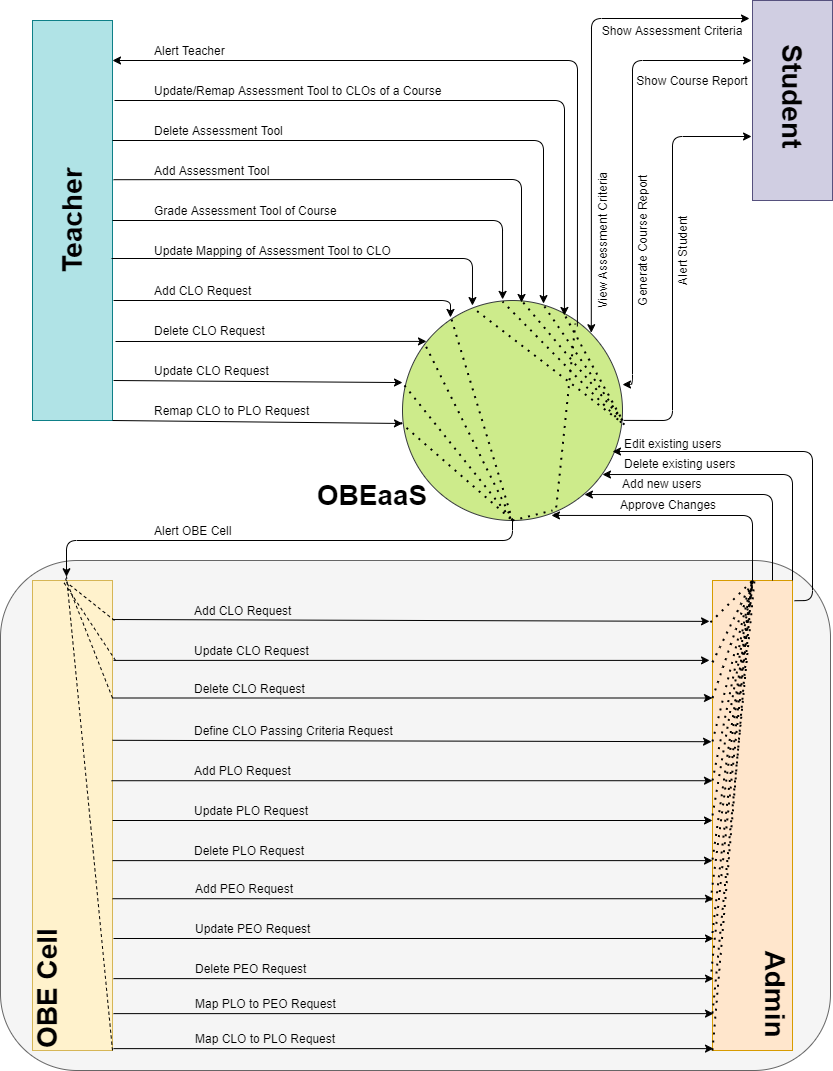
This is Documentation/Diagrams/Rendered/Context Diagram.png from AqibMukhtar/OBE-as-a-Service, a draw.io export, as it was before one commit. Source tidied: cells renumbered, new cells last; positions are measured from the earlier drawing's top-left corner, leaving out a move shared by most shapes.
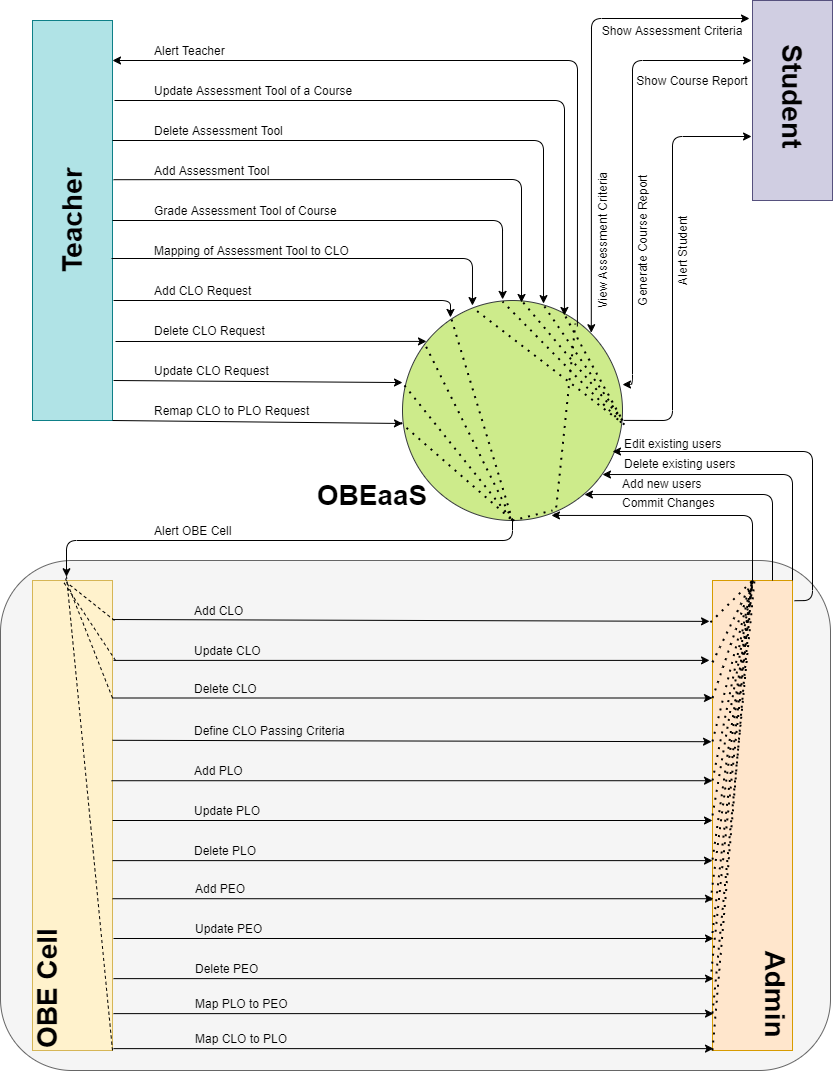
The same file after the commit.

Commit message:
Updated Context Diagram

The edit, as a diff of the source:
```diff
@@ -5,7 +5,7 @@
     <mxCell id="2" style="ellipse;whiteSpace=wrap;html=1;fillColor=#cdeb8b;strokeColor=#36393d;" parent="1" vertex="1">
       <mxGeometry x="525" y="300" width="220" height="220" as="geometry" />
     </mxCell>
-    <mxCell id="3" style="rounded=1;whiteSpace=wrap;html=1;align=left;fillColor=#f5f5f5;strokeColor=#666666;fontColor=#333333;" parent="1" vertex="1">
+    <mxCell id="3" style="rounded=1;whiteSpace=wrap;html=1;align=left;fillColor=#f5f5f5;strokeColor=#666666;fontColor=#333333;arcSize=14;" parent="1" vertex="1">
       <mxGeometry x="123" y="560" width="830" height="510" as="geometry" />
     </mxCell>
     <mxCell id="4" style="rounded=0;whiteSpace=wrap;html=1;fillColor=#ffe6cc;strokeColor=#d79b00;" parent="1" vertex="1">
@@ -50,7 +50,7 @@
     <mxCell id="13" value="Add Assessment Tool" style="text;html=1;strokeColor=none;fillColor=none;align=left;verticalAlign=middle;whiteSpace=wrap;rounded=0;" parent="1" vertex="1">
       <mxGeometry x="275" y="160" width="155" height="20" as="geometry" />
     </mxCell>
-    <mxCell id="14" value="Update Mapping of Assessment Tool to CLO" style="text;html=1;strokeColor=none;fillColor=none;align=left;verticalAlign=middle;whiteSpace=wrap;rounded=0;" parent="1" vertex="1">
+    <mxCell id="14" value="Mapping of Assessment Tool to CLO" style="text;html=1;strokeColor=none;fillColor=none;align=left;verticalAlign=middle;whiteSpace=wrap;rounded=0;" parent="1" vertex="1">
       <mxGeometry x="275" y="240" width="250" height="20" as="geometry" />
     </mxCell>
     <mxCell id="15" value="Add CLO Request" style="text;html=1;strokeColor=none;fillColor=none;align=left;verticalAlign=middle;whiteSpace=wrap;rounded=0;" parent="1" vertex="1">
@@ -142,37 +142,37 @@
         </Array>
       </mxGeometry>
     </mxCell>
-    <mxCell id="33" value="Approve Changes" style="text;html=1;strokeColor=none;fillColor=none;align=left;verticalAlign=middle;whiteSpace=wrap;rounded=0;" parent="1" vertex="1">
-      <mxGeometry x="741" y="494" width="100" height="20" as="geometry" />
+    <mxCell id="33" value="Commit Changes" style="text;html=1;strokeColor=none;fillColor=none;align=left;verticalAlign=middle;whiteSpace=wrap;rounded=0;" parent="1" vertex="1">
+      <mxGeometry x="743" y="494" width="100" height="16" as="geometry" />
     </mxCell>
     <mxCell id="34" style="endArrow=classic;html=1;exitX=1;exitY=0.083;exitDx=0;exitDy=0;exitPerimeter=0;entryX=-0.037;entryY=0.087;entryDx=0;entryDy=0;entryPerimeter=0;" parent="1" edge="1" source="5" target="4">
       <mxGeometry relative="1" as="geometry" />
     </mxCell>
-    <mxCell id="35" value="Add CLO Request" style="text;html=1;strokeColor=none;fillColor=none;align=left;verticalAlign=middle;whiteSpace=wrap;rounded=0;" parent="1" vertex="1">
+    <mxCell id="35" value="Add CLO" style="text;html=1;strokeColor=none;fillColor=none;align=left;verticalAlign=middle;whiteSpace=wrap;rounded=0;" parent="1" vertex="1">
       <mxGeometry x="315" y="600" width="130" height="20" as="geometry" />
     </mxCell>
     <mxCell id="36" style="endArrow=classic;html=1;exitX=1.013;exitY=0.17;exitDx=0;exitDy=0;exitPerimeter=0;entryX=-0.037;entryY=0.17;entryDx=0;entryDy=0;entryPerimeter=0;" parent="1" edge="1" source="5" target="4">
       <mxGeometry relative="1" as="geometry" />
     </mxCell>
-    <mxCell id="37" value="Update CLO Request" style="text;html=1;strokeColor=none;fillColor=none;align=left;verticalAlign=middle;whiteSpace=wrap;rounded=0;" parent="1" vertex="1">
+    <mxCell id="37" value="Update CLO" style="text;html=1;strokeColor=none;fillColor=none;align=left;verticalAlign=middle;whiteSpace=wrap;rounded=0;" parent="1" vertex="1">
       <mxGeometry x="315" y="640" width="130" height="20" as="geometry" />
     </mxCell>
     <mxCell id="38" style="endArrow=classic;html=1;exitX=1;exitY=0.25;exitDx=0;exitDy=0;entryX=0;entryY=0.25;entryDx=0;entryDy=0;" parent="1" edge="1" source="5" target="4">
       <mxGeometry relative="1" as="geometry" />
     </mxCell>
-    <mxCell id="39" value="Delete CLO Request" style="text;html=1;strokeColor=none;fillColor=none;align=left;verticalAlign=middle;whiteSpace=wrap;rounded=0;" parent="1" vertex="1">
+    <mxCell id="39" value="Delete CLO" style="text;html=1;strokeColor=none;fillColor=none;align=left;verticalAlign=middle;whiteSpace=wrap;rounded=0;" parent="1" vertex="1">
       <mxGeometry x="315" y="678" width="130" height="20" as="geometry" />
     </mxCell>
     <mxCell id="40" style="endArrow=classic;html=1;exitX=1;exitY=0.34;exitDx=0;exitDy=0;exitPerimeter=0;entryX=-0.012;entryY=0.343;entryDx=0;entryDy=0;entryPerimeter=0;" parent="1" edge="1" source="5" target="4">
       <mxGeometry relative="1" as="geometry" />
     </mxCell>
-    <mxCell id="41" value="Define CLO Passing Criteria Request" style="text;html=1;strokeColor=none;fillColor=none;align=left;verticalAlign=middle;whiteSpace=wrap;rounded=0;" parent="1" vertex="1">
+    <mxCell id="41" value="Define CLO Passing Criteria&amp;nbsp;" style="text;html=1;strokeColor=none;fillColor=none;align=left;verticalAlign=middle;whiteSpace=wrap;rounded=0;" parent="1" vertex="1">
       <mxGeometry x="315" y="720" width="210" height="20" as="geometry" />
     </mxCell>
     <mxCell id="42" style="endArrow=classic;html=1;exitX=0.988;exitY=0.426;exitDx=0;exitDy=0;exitPerimeter=0;entryX=0;entryY=0.426;entryDx=0;entryDy=0;entryPerimeter=0;" parent="1" edge="1" source="5" target="4">
       <mxGeometry relative="1" as="geometry" />
     </mxCell>
-    <mxCell id="43" value="Add PLO Request" style="text;html=1;strokeColor=none;fillColor=none;align=left;verticalAlign=middle;whiteSpace=wrap;rounded=0;" parent="1" vertex="1">
+    <mxCell id="43" value="Add PLO&amp;nbsp;" style="text;html=1;strokeColor=none;fillColor=none;align=left;verticalAlign=middle;whiteSpace=wrap;rounded=0;" parent="1" vertex="1">
       <mxGeometry x="315" y="760" width="210" height="20" as="geometry" />
     </mxCell>
     <mxCell id="44" style="endArrow=classic;html=1;exitX=1;exitY=0.5;exitDx=0;exitDy=0;entryX=0;entryY=0.5;entryDx=0;entryDy=0;" parent="1" edge="1">
@@ -181,13 +181,13 @@
         <mxPoint x="835" y="820" as="targetPoint" />
       </mxGeometry>
     </mxCell>
-    <mxCell id="45" value="Update PLO Request" style="text;html=1;strokeColor=none;fillColor=none;align=left;verticalAlign=middle;whiteSpace=wrap;rounded=0;" parent="1" vertex="1">
+    <mxCell id="45" value="Update PLO&amp;nbsp;" style="text;html=1;strokeColor=none;fillColor=none;align=left;verticalAlign=middle;whiteSpace=wrap;rounded=0;" parent="1" vertex="1">
       <mxGeometry x="315" y="800" width="210" height="20" as="geometry" />
     </mxCell>
     <mxCell id="46" style="endArrow=classic;html=1;exitX=1;exitY=0.596;exitDx=0;exitDy=0;exitPerimeter=0;entryX=0;entryY=0.596;entryDx=0;entryDy=0;entryPerimeter=0;" parent="1" edge="1" source="5" target="4">
       <mxGeometry relative="1" as="geometry" />
     </mxCell>
-    <mxCell id="47" value="Delete PLO Request" style="text;html=1;strokeColor=none;fillColor=none;align=left;verticalAlign=middle;whiteSpace=wrap;rounded=0;" parent="1" vertex="1">
+    <mxCell id="47" value="Delete PLO&amp;nbsp;" style="text;html=1;strokeColor=none;fillColor=none;align=left;verticalAlign=middle;whiteSpace=wrap;rounded=0;" parent="1" vertex="1">
       <mxGeometry x="315" y="840" width="210" height="20" as="geometry" />
     </mxCell>
     <mxCell id="48" style="endArrow=classic;html=1;exitX=0.988;exitY=0.426;exitDx=0;exitDy=0;exitPerimeter=0;entryX=0;entryY=0.426;entryDx=0;entryDy=0;entryPerimeter=0;" parent="1" edge="1">
@@ -196,7 +196,7 @@
         <mxPoint x="836" y="898.2" as="targetPoint" />
       </mxGeometry>
     </mxCell>
-    <mxCell id="49" value="Add PEO Request" style="text;html=1;strokeColor=none;fillColor=none;align=left;verticalAlign=middle;whiteSpace=wrap;rounded=0;" parent="1" vertex="1">
+    <mxCell id="49" value="Add PEO&amp;nbsp;" style="text;html=1;strokeColor=none;fillColor=none;align=left;verticalAlign=middle;whiteSpace=wrap;rounded=0;" parent="1" vertex="1">
       <mxGeometry x="316" y="878" width="210" height="20" as="geometry" />
     </mxCell>
     <mxCell id="50" style="endArrow=classic;html=1;exitX=1;exitY=0.5;exitDx=0;exitDy=0;entryX=0;entryY=0.5;entryDx=0;entryDy=0;" parent="1" edge="1">
@@ -205,7 +205,7 @@
         <mxPoint x="836" y="938" as="targetPoint" />
       </mxGeometry>
     </mxCell>
-    <mxCell id="51" value="Update PEO Request" style="text;html=1;strokeColor=none;fillColor=none;align=left;verticalAlign=middle;whiteSpace=wrap;rounded=0;" parent="1" vertex="1">
+    <mxCell id="51" value="Update PEO&amp;nbsp;" style="text;html=1;strokeColor=none;fillColor=none;align=left;verticalAlign=middle;whiteSpace=wrap;rounded=0;" parent="1" vertex="1">
       <mxGeometry x="316" y="918" width="210" height="20" as="geometry" />
     </mxCell>
     <mxCell id="52" style="endArrow=classic;html=1;exitX=1;exitY=0.596;exitDx=0;exitDy=0;exitPerimeter=0;entryX=0;entryY=0.596;entryDx=0;entryDy=0;entryPerimeter=0;" parent="1" edge="1">
@@ -214,7 +214,7 @@
         <mxPoint x="836" y="978.1" as="targetPoint" />
       </mxGeometry>
     </mxCell>
-    <mxCell id="53" value="Delete PEO Request" style="text;html=1;strokeColor=none;fillColor=none;align=left;verticalAlign=middle;whiteSpace=wrap;rounded=0;" parent="1" vertex="1">
+    <mxCell id="53" value="Delete PEO&amp;nbsp;" style="text;html=1;strokeColor=none;fillColor=none;align=left;verticalAlign=middle;whiteSpace=wrap;rounded=0;" parent="1" vertex="1">
       <mxGeometry x="316" y="958" width="210" height="20" as="geometry" />
     </mxCell>
     <mxCell id="54" style="endArrow=classic;html=1;exitX=1;exitY=0.596;exitDx=0;exitDy=0;exitPerimeter=0;entryX=0;entryY=0.596;entryDx=0;entryDy=0;entryPerimeter=0;" parent="1" edge="1">
@@ -223,7 +223,7 @@
         <mxPoint x="836" y="1013.1" as="targetPoint" />
       </mxGeometry>
     </mxCell>
-    <mxCell id="55" value="Map PLO to PEO Request" style="text;html=1;strokeColor=none;fillColor=none;align=left;verticalAlign=middle;whiteSpace=wrap;rounded=0;" parent="1" vertex="1">
+    <mxCell id="55" value="Map PLO to PEO&amp;nbsp;" style="text;html=1;strokeColor=none;fillColor=none;align=left;verticalAlign=middle;whiteSpace=wrap;rounded=0;" parent="1" vertex="1">
       <mxGeometry x="316" y="993" width="210" height="20" as="geometry" />
     </mxCell>
     <mxCell id="56" style="endArrow=classic;html=1;exitX=1;exitY=0.596;exitDx=0;exitDy=0;exitPerimeter=0;entryX=0;entryY=0.596;entryDx=0;entryDy=0;entryPerimeter=0;" parent="1" edge="1">
@@ -232,7 +232,7 @@
         <mxPoint x="836" y="1048.1" as="targetPoint" />
       </mxGeometry>
     </mxCell>
-    <mxCell id="57" value="Map CLO to PLO Request" style="text;html=1;strokeColor=none;fillColor=none;align=left;verticalAlign=middle;whiteSpace=wrap;rounded=0;" parent="1" vertex="1">
+    <mxCell id="57" value="Map CLO to PLO&amp;nbsp;" style="text;html=1;strokeColor=none;fillColor=none;align=left;verticalAlign=middle;whiteSpace=wrap;rounded=0;" parent="1" vertex="1">
       <mxGeometry x="316" y="1028" width="210" height="20" as="geometry" />
     </mxCell>
     <mxCell id="58" style="endArrow=none;dashed=1;html=1;dashPattern=1 3;strokeWidth=2;entryX=0.541;entryY=0;entryDx=0;entryDy=0;entryPerimeter=0;exitX=1;exitY=0.545;exitDx=0;exitDy=0;exitPerimeter=0;" parent="1" edge="1" source="2" target="2">
@@ -403,8 +403,8 @@
     <mxCell id="98" value="Delete Assessment Tool" style="text;html=1;strokeColor=none;fillColor=none;align=left;verticalAlign=middle;whiteSpace=wrap;rounded=0;" parent="1" vertex="1">
       <mxGeometry x="275" y="120" width="155" height="20" as="geometry" />
     </mxCell>
-    <mxCell id="99" value="Update/Remap Assessment Tool to CLOs of a Course" style="text;html=1;strokeColor=none;fillColor=none;align=left;verticalAlign=middle;whiteSpace=wrap;rounded=0;" parent="1" vertex="1">
-      <mxGeometry x="275" y="80.2" width="300" height="20" as="geometry" />
+    <mxCell id="99" value="Update Assessment Tool of a Course" style="text;html=1;strokeColor=none;fillColor=none;align=left;verticalAlign=middle;whiteSpace=wrap;rounded=0;" parent="1" vertex="1">
+      <mxGeometry x="275" y="80" width="300" height="20.2" as="geometry" />
     </mxCell>
     <mxCell id="100" style="endArrow=none;dashed=1;html=1;dashPattern=1 3;strokeWidth=2;exitX=0.645;exitY=0.027;exitDx=0;exitDy=0;exitPerimeter=0;" parent="1" edge="1" source="2">
       <mxGeometry relative="1" as="geometry">
```
